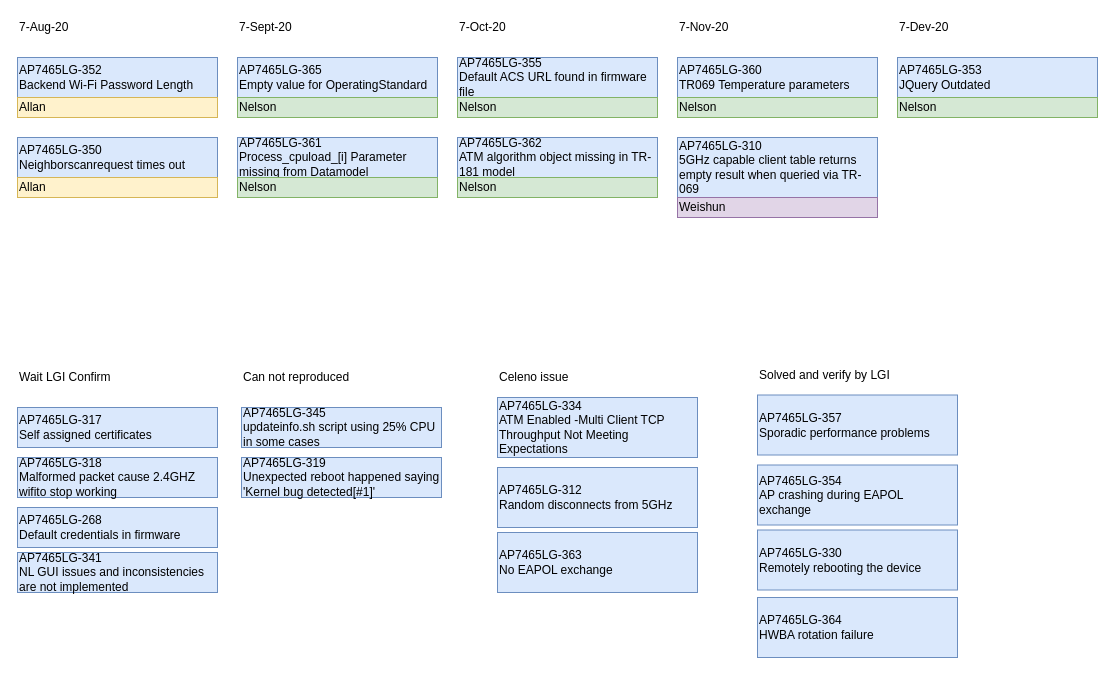
This is page "Schedule" (6 of 6) of AP7465CE.drawio from nelsonchung/drawio, a draw.io file, before an edit. Source tidied: cells renumbered, new cells numbered last; positions are measured from the earlier drawing's top-left corner, leaving out a move shared by most shapes. Both pictures are drawn from the tidied source at 100%, with x=0, y=0 at pixel (17, 17).
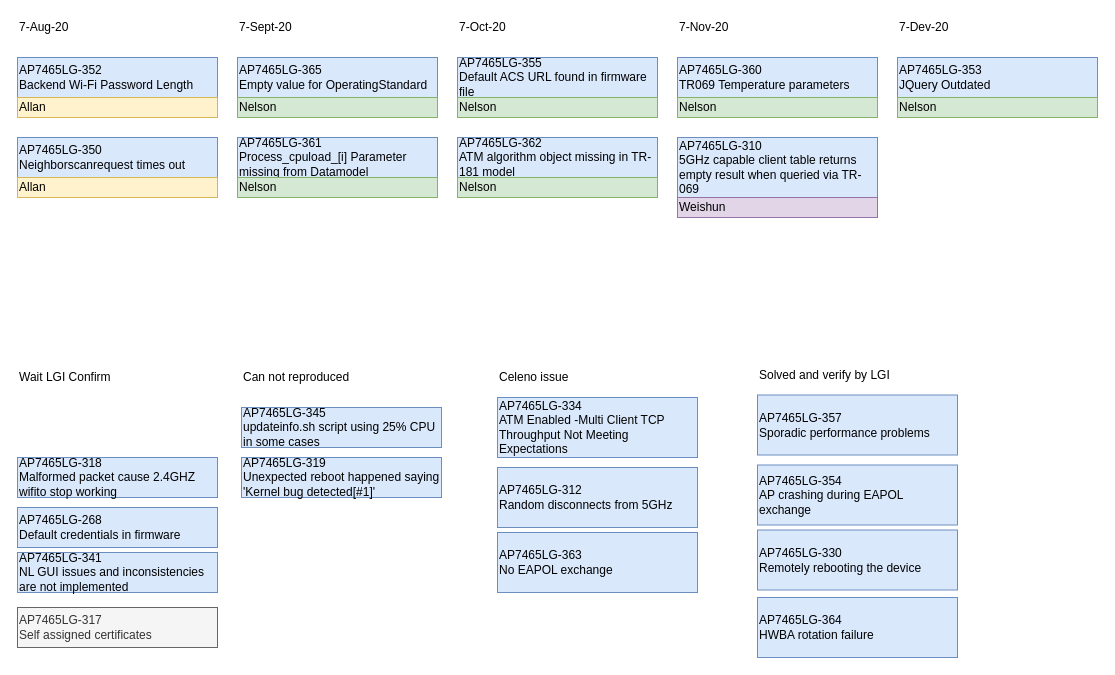
The same diagram, later.

The edit, as a diff of the source:
```diff
@@
-    <mxCell id="11" value="AP7465LG-317&lt;br&gt;Self assigned certificates" style="rounded=0;whiteSpace=wrap;html=1;fillColor=#dae8fc;strokeColor=#6c8ebf;align=left;" parent="1" vertex="1">
-      <mxGeometry y="390" width="200" height="40" as="geometry" />
+    <mxCell id="11" value="AP7465LG-317&lt;br&gt;Self assigned certificates" style="rounded=0;whiteSpace=wrap;html=1;fillColor=#f5f5f5;strokeColor=#666666;align=left;fontColor=#333333;" parent="1" vertex="1">
+      <mxGeometry y="590" width="200" height="40" as="geometry" />
     </mxCell>
```
